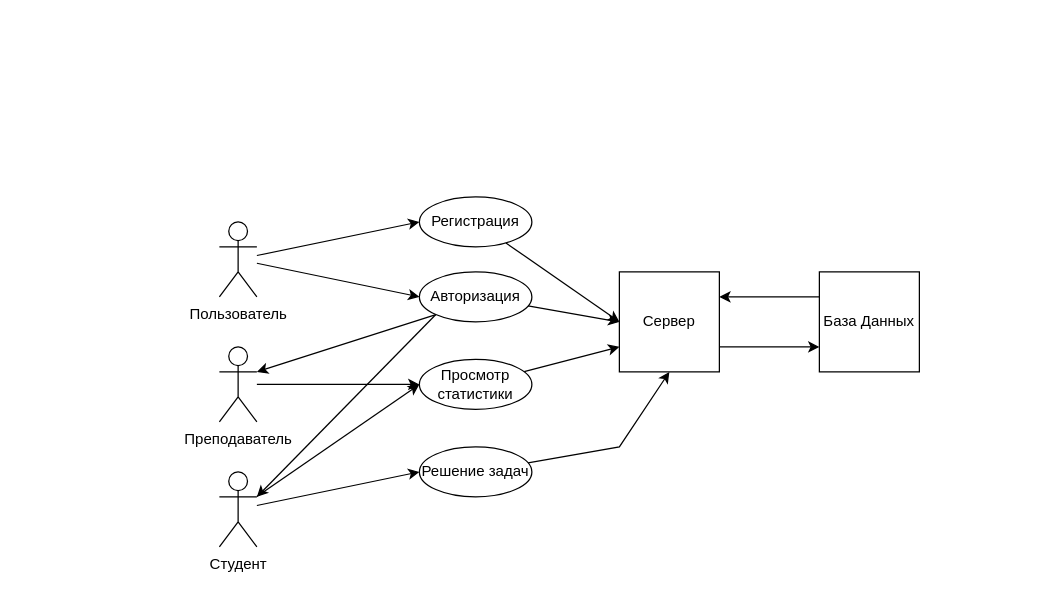
The draw.io diagram UseCase.drawio in RyanGoosling/ProektTP, before the edit. Source tidied: cells renumbered, new cells numbered last; positions are measured from the earlier drawing's top-left corner, leaving out a move shared by most shapes. Both pictures are drawn from the tidied source at 125%, with x=0, y=0 at pixel (219, 196).
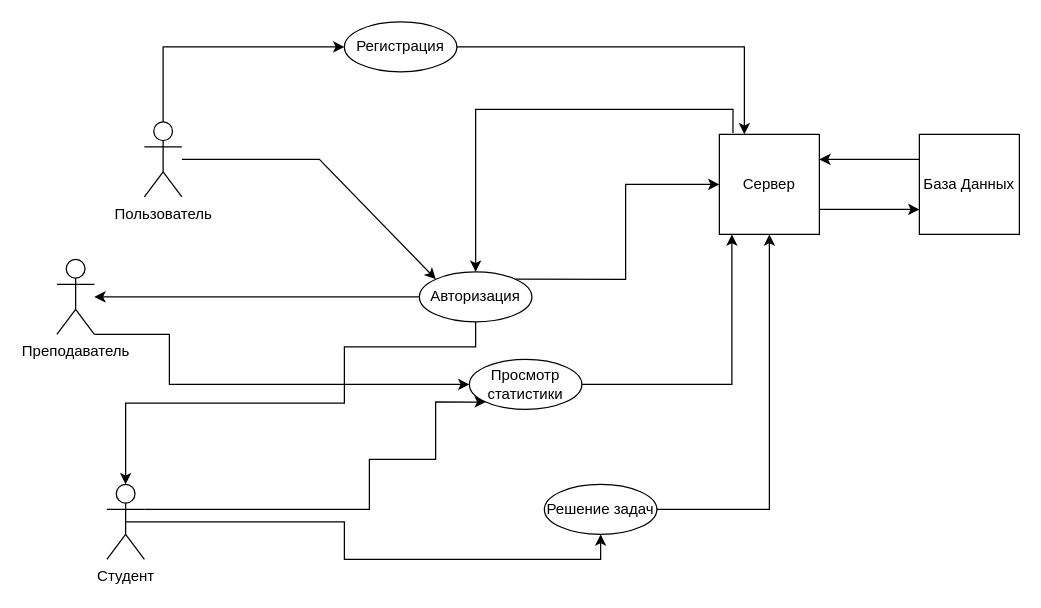
After the change.

The change refers to these unchanged cells:
```xml
<mxCell id="13" value="Авторизация" style="ellipse;whiteSpace=wrap;html=1;" parent="1" vertex="1">
  <mxGeometry x="160" y="60" width="90" height="40" as="geometry" />
</mxCell>
```

Change to the diagram source:
```diff
@@
-    <mxCell id="2" style="rounded=0;jettySize=auto;html=1;entryX=0;entryY=0.5;entryDx=0;entryDy=0;" parent="1" edge="1" source="4" target="13">
-      <mxGeometry relative="1" as="geometry" />
+    <mxCell id="2" style="rounded=0;jettySize=auto;html=1;entryX=0;entryY=0;entryDx=0;entryDy=0;" parent="1" edge="1" source="4" target="13">
+      <mxGeometry relative="1" as="geometry">
+        <Array as="points">
+          <mxPoint x="80" y="-30" />
+        </Array>
+      </mxGeometry>
     </mxCell>
     <mxCell id="3" style="edgeStyle=none;rounded=0;jettySize=auto;html=1;entryX=0;entryY=0.5;entryDx=0;entryDy=0;" parent="1" edge="1" source="4" target="15">
-      <mxGeometry relative="1" as="geometry" />
+      <mxGeometry relative="1" as="geometry">
+        <Array as="points">
+          <mxPoint x="-45" y="-120" />
+        </Array>
+      </mxGeometry>
     </mxCell>
     <mxCell id="4" value="Пользователь" style="shape=umlActor;verticalLabelPosition=bottom;verticalAlign=top;html=1;outlineConnect=0;" parent="1" vertex="1">
-      <mxGeometry y="20" width="30" height="60" as="geometry" />
+      <mxGeometry x="-60" y="-60" width="30" height="60" as="geometry" />
     </mxCell>
-    <mxCell id="5" style="edgeStyle=none;rounded=0;jettySize=auto;html=1;entryX=0;entryY=0.5;entryDx=0;entryDy=0;" parent="1" edge="1" source="6" target="23">
-      <mxGeometry relative="1" as="geometry" />
+    <mxCell id="5" style="edgeStyle=orthogonalEdgeStyle;rounded=0;jettySize=auto;html=1;exitX=1;exitY=1;exitDx=0;exitDy=0;exitPerimeter=0;entryX=0;entryY=0.5;entryDx=0;entryDy=0;" parent="1" edge="1" source="6" target="23">
+      <mxGeometry relative="1" as="geometry">
+        <Array as="points">
+          <mxPoint x="-40" y="110" />
+          <mxPoint x="-40" y="150" />
+        </Array>
+      </mxGeometry>
     </mxCell>
     <mxCell id="6" value="Преподаватель" style="shape=umlActor;verticalLabelPosition=bottom;verticalAlign=top;html=1;outlineConnect=0;" parent="1" vertex="1">
-      <mxGeometry y="120" width="30" height="60" as="geometry" />
+      <mxGeometry x="-130" y="50" width="30" height="60" as="geometry" />
     </mxCell>
-    <mxCell id="7" style="edgeStyle=none;rounded=0;jettySize=auto;html=1;entryX=0;entryY=0.5;entryDx=0;entryDy=0;" parent="1" edge="1" source="9" target="17">
+    <mxCell id="7" style="edgeStyle=orthogonalEdgeStyle;rounded=0;jettySize=auto;html=1;exitX=0.5;exitY=0.5;exitDx=0;exitDy=0;exitPerimeter=0;entryX=0.5;entryY=1;entryDx=0;entryDy=0;" parent="1" edge="1" source="9" target="17">
       <mxGeometry relative="1" as="geometry" />
     </mxCell>
-    <mxCell id="8" style="edgeStyle=none;rounded=0;jettySize=auto;html=1;" parent="1" edge="1" source="9">
-      <mxGeometry relative="1" as="geometry">
-        <mxPoint x="160" y="150" as="targetPoint" />
-      </mxGeometry>
-    </mxCell>
+    <mxCell id="24" style="edgeStyle=orthogonalEdgeStyle;rounded=0;jettySize=auto;html=1;exitX=1;exitY=0.3333333333333333;exitDx=0;exitDy=0;exitPerimeter=0;entryX=0;entryY=1;entryDx=0;entryDy=0;" parent="1" edge="1" source="9" target="23">
+      <mxGeometry relative="1" as="geometry">
+        <Array as="points">
+          <mxPoint x="120" y="250" />
+          <mxPoint x="120" y="210" />
+          <mxPoint x="173" y="210" />
+          <mxPoint x="173" y="164" />
+        </Array>
+      </mxGeometry>
+    </mxCell>
     <mxCell id="9" value="Студент" style="shape=umlActor;verticalLabelPosition=bottom;verticalAlign=top;html=1;outlineConnect=0;" parent="1" vertex="1">
-      <mxGeometry y="220" width="30" height="60" as="geometry" />
+      <mxGeometry x="-90" y="230" width="30" height="60" as="geometry" />
     </mxCell>
-    <mxCell id="10" style="edgeStyle=none;rounded=0;jettySize=auto;html=1;exitX=0;exitY=1;exitDx=0;exitDy=0;entryX=1;entryY=0.3333333333333333;entryDx=0;entryDy=0;entryPerimeter=0;" parent="1" edge="1" source="13" target="6">
+    <mxCell id="10" style="edgeStyle=none;rounded=0;jettySize=auto;html=1;exitX=0;exitY=0.5;exitDx=0;exitDy=0;" parent="1" edge="1" source="13" target="6">
       <mxGeometry relative="1" as="geometry" />
     </mxCell>
-    <mxCell id="11" style="edgeStyle=none;rounded=0;jettySize=auto;html=1;exitX=0;exitY=1;exitDx=0;exitDy=0;entryX=1;entryY=0.3333333333333333;entryDx=0;entryDy=0;entryPerimeter=0;" parent="1" edge="1" source="13" target="9">
-      <mxGeometry relative="1" as="geometry" />
+    <mxCell id="11" style="edgeStyle=orthogonalEdgeStyle;rounded=0;jettySize=auto;html=1;exitX=0.5;exitY=1;exitDx=0;exitDy=0;entryX=0.5;entryY=0;entryDx=0;entryDy=0;entryPerimeter=0;" parent="1" edge="1" source="13" target="9">
+      <mxGeometry relative="1" as="geometry">
+        <Array as="points">
+          <mxPoint x="205" y="120" />
+          <mxPoint x="100" y="120" />
+          <mxPoint x="100" y="165" />
+          <mxPoint x="-75" y="165" />
+        </Array>
+      </mxGeometry>
     </mxCell>
-    <mxCell id="12" style="edgeStyle=none;rounded=0;jettySize=auto;html=1;entryX=0;entryY=0.5;entryDx=0;entryDy=0;" parent="1" edge="1" source="13" target="19">
+    <mxCell id="12" style="edgeStyle=orthogonalEdgeStyle;rounded=0;jettySize=auto;html=1;exitX=1;exitY=0;exitDx=0;exitDy=0;entryX=0;entryY=0.5;entryDx=0;entryDy=0;" parent="1" edge="1" source="13" target="19">
       <mxGeometry relative="1" as="geometry" />
     </mxCell>
@@
-    <mxCell id="14" style="edgeStyle=none;rounded=0;jettySize=auto;html=1;entryX=0;entryY=0.5;entryDx=0;entryDy=0;" parent="1" edge="1" source="15" target="19">
+    <mxCell id="14" style="edgeStyle=orthogonalEdgeStyle;rounded=0;jettySize=auto;html=1;exitX=1;exitY=0.5;exitDx=0;exitDy=0;entryX=0.25;entryY=0;entryDx=0;entryDy=0;" parent="1" edge="1" source="15" target="19">
       <mxGeometry relative="1" as="geometry" />
     </mxCell>
     <mxCell id="15" value="Регистрация" style="ellipse;whiteSpace=wrap;html=1;" parent="1" vertex="1">
-      <mxGeometry x="160" width="90" height="40" as="geometry" />
+      <mxGeometry x="100" y="-140" width="90" height="40" as="geometry" />
     </mxCell>
-    <mxCell id="16" style="edgeStyle=none;rounded=0;jettySize=auto;html=1;entryX=0.5;entryY=1;entryDx=0;entryDy=0;" parent="1" edge="1" source="17" target="19">
-      <mxGeometry relative="1" as="geometry">
-        <Array as="points">
-          <mxPoint x="320" y="200" />
-        </Array>
-      </mxGeometry>
+    <mxCell id="16" style="edgeStyle=orthogonalEdgeStyle;rounded=0;jettySize=auto;html=1;exitX=1;exitY=0.5;exitDx=0;exitDy=0;entryX=0.5;entryY=1;entryDx=0;entryDy=0;" parent="1" edge="1" source="17" target="19">
+      <mxGeometry relative="1" as="geometry" />
     </mxCell>
     <mxCell id="17" value="Решение задач" style="ellipse;whiteSpace=wrap;html=1;" parent="1" vertex="1">
-      <mxGeometry x="160" y="200" width="90" height="40" as="geometry" />
+      <mxGeometry x="260" y="230" width="90" height="40" as="geometry" />
     </mxCell>
@@
+    <mxCell id="25" style="edgeStyle=orthogonalEdgeStyle;rounded=0;jettySize=auto;html=1;exitX=0.136;exitY=-0.014;exitDx=0;exitDy=0;entryX=0.5;entryY=0;entryDx=0;entryDy=0;exitPerimeter=0;" parent="1" edge="1" source="19" target="13">
+      <mxGeometry relative="1" as="geometry">
+        <Array as="points">
+          <mxPoint x="411" y="-70" />
+          <mxPoint x="205" y="-70" />
+        </Array>
+      </mxGeometry>
+    </mxCell>
     <mxCell id="19" value="Сервер" style="whiteSpace=wrap;html=1;" parent="1" vertex="1">
-      <mxGeometry x="320" y="60" width="80" height="80" as="geometry" />
+      <mxGeometry x="400" y="-50" width="80" height="80" as="geometry" />
     </mxCell>
@@
     <mxCell id="21" value="База Данных" style="whiteSpace=wrap;html=1;" parent="1" vertex="1">
-      <mxGeometry x="480" y="60" width="80" height="80" as="geometry" />
+      <mxGeometry x="560" y="-50" width="80" height="80" as="geometry" />
     </mxCell>
-    <mxCell id="22" style="edgeStyle=none;rounded=0;jettySize=auto;html=1;entryX=0;entryY=0.75;entryDx=0;entryDy=0;" parent="1" edge="1" source="23" target="19">
+    <mxCell id="22" style="edgeStyle=orthogonalEdgeStyle;rounded=0;jettySize=auto;html=1;exitX=1;exitY=0.5;exitDx=0;exitDy=0;entryX=0.125;entryY=1;entryDx=0;entryDy=0;entryPerimeter=0;" parent="1" edge="1" source="23" target="19">
       <mxGeometry relative="1" as="geometry" />
     </mxCell>
     <mxCell id="23" value="Просмотр статистики" style="ellipse;whiteSpace=wrap;html=1;" parent="1" vertex="1">
-      <mxGeometry x="160" y="130" width="90" height="40" as="geometry" />
+      <mxGeometry x="200" y="130" width="90" height="40" as="geometry" />
     </mxCell>
```
